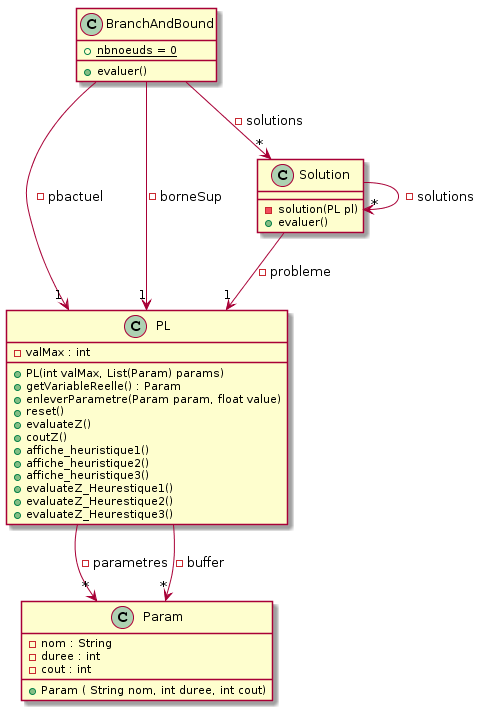
Before: diagramme.png, a diagram exported from PlantUML (Reynault/Optimisation).
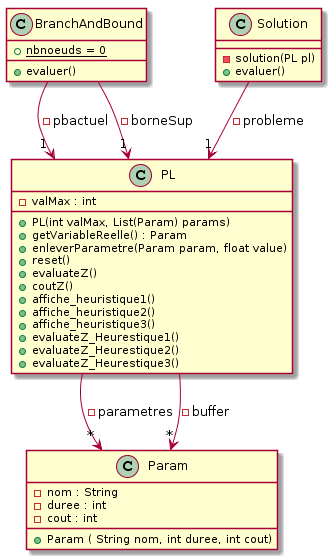
The same diagram one commit later.

Change to the diagram source:
```diff
@@ -35,10 +35,8 @@
 PL  --> "*" Param : - parametres
 PL --> "*" Param : - buffer
 
-BranchAndBound --> "*" Solution : - solutions
 BranchAndBound --> "1" PL : - pbactuel
 BranchAndBound --> "1" PL : - borneSup
 
 Solution --> "1" PL : - probleme
-Solution --> "*" Solution : - solutions
 @enduml
```
